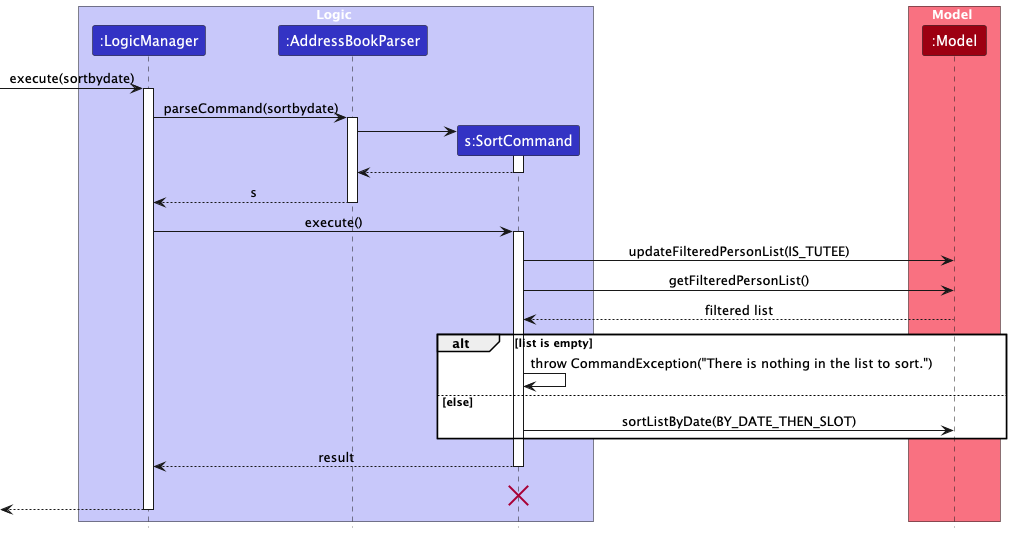
This is docs/images/SortByDateSequenceDiagram-Logic.png from yuanjasper/tp, a PlantUML export, as it was before one commit.
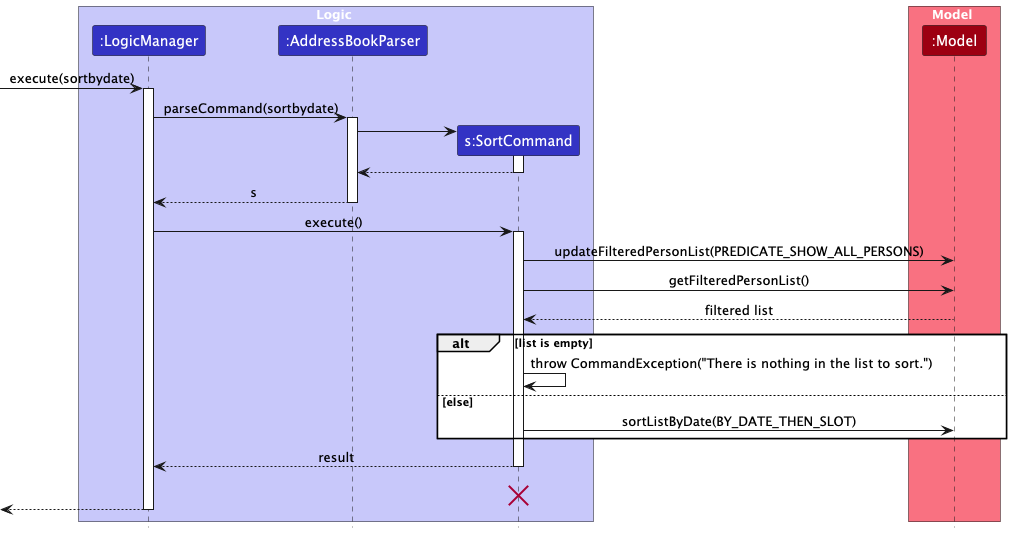
Above is the later version.

Diff of the diagram source:
```diff
@@ -30,7 +30,7 @@
 LogicManager -> SortCommand : execute()
 activate SortCommand
 
-SortCommand -> Model : updateFilteredPersonList(IS_TUTEE)
+SortCommand -> Model : updateFilteredPersonList(PREDICATE_SHOW_ALL_PERSONS)
 SortCommand -> Model : getFilteredPersonList()
 Model --> SortCommand : filtered list
 
```
